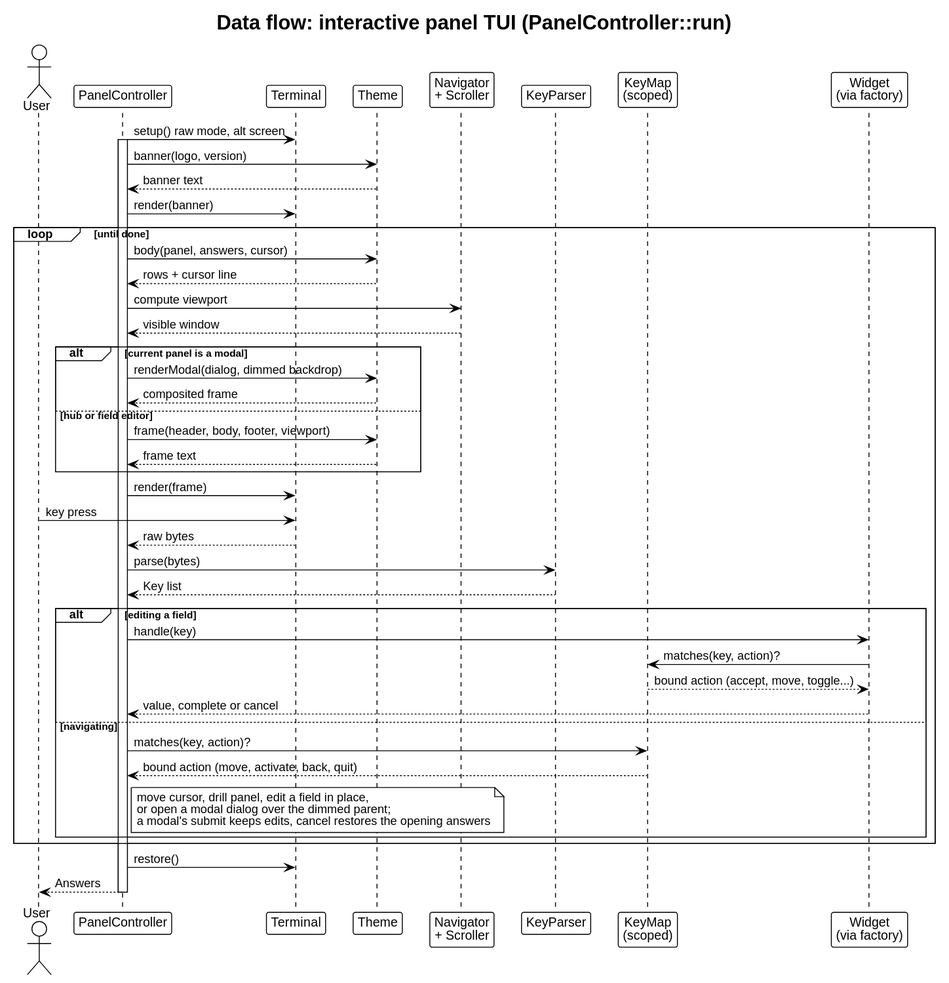
Before: docs/architecture/dataflow-tui.svg, a diagram exported from PlantUML (drevops/tui).
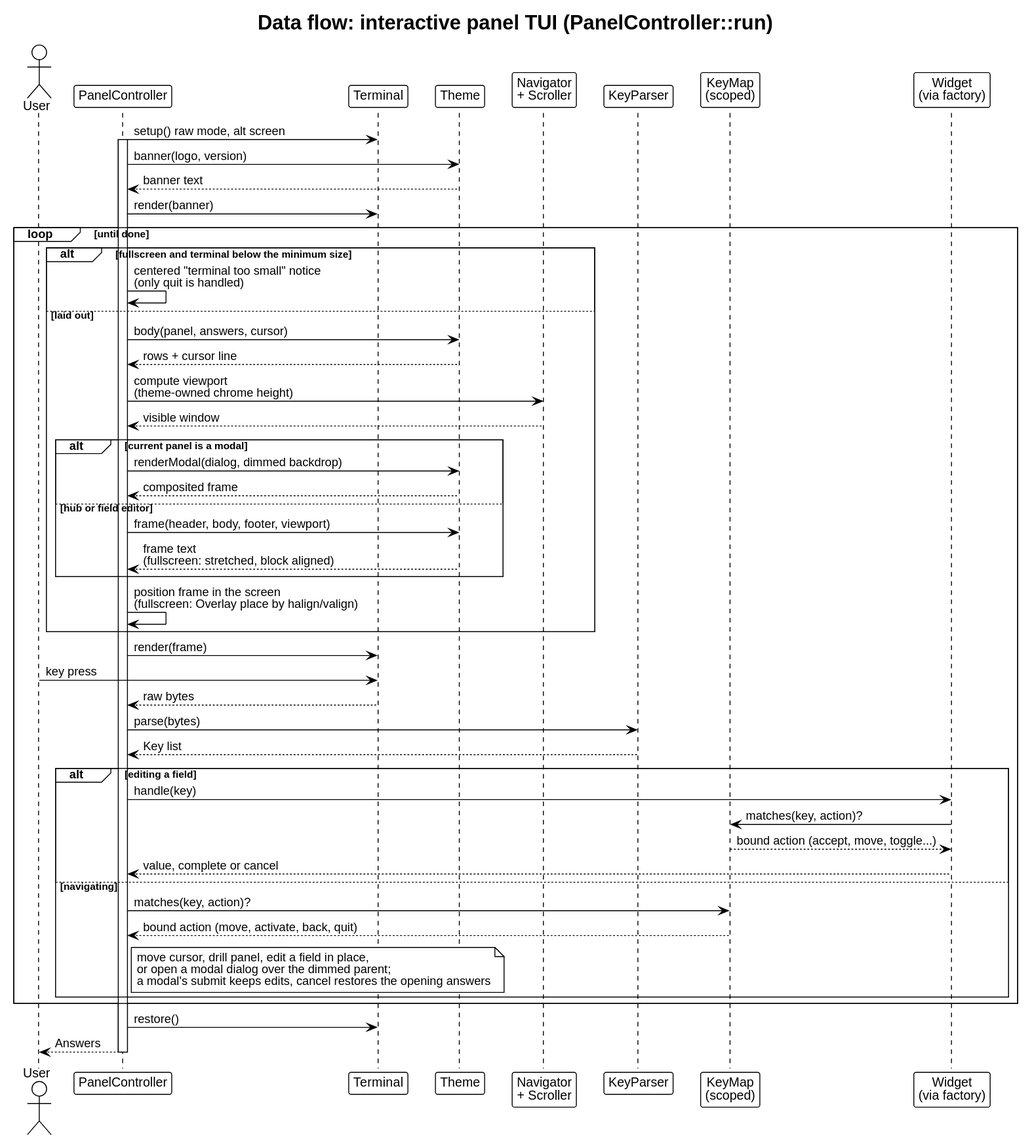
The same file after the commit.

Diff of the diagram source:
```diff
@@ -21,16 +21,21 @@
 PC -> Term: render(banner)
 
 loop until done
-  PC -> Theme: body(panel, answers, cursor)
-  Theme --> PC: rows + cursor line
-  PC -> Nav: compute viewport
-  Nav --> PC: visible window
-  alt current panel is a modal
-    PC -> Theme: renderModal(dialog, dimmed backdrop)
-    Theme --> PC: composited frame
-  else hub or field editor
-    PC -> Theme: frame(header, body, footer, viewport)
-    Theme --> PC: frame text
+  alt fullscreen and terminal below the minimum size
+    PC -> PC: centered "terminal too small" notice\n(only quit is handled)
+  else laid out
+    PC -> Theme: body(panel, answers, cursor)
+    Theme --> PC: rows + cursor line
+    PC -> Nav: compute viewport\n(theme-owned chrome height)
+    Nav --> PC: visible window
+    alt current panel is a modal
+      PC -> Theme: renderModal(dialog, dimmed backdrop)
+      Theme --> PC: composited frame
+    else hub or field editor
+      PC -> Theme: frame(header, body, footer, viewport)
+      Theme --> PC: frame text\n(fullscreen: stretched, block aligned)
+    end
+    PC -> PC: position frame in the screen\n(fullscreen: Overlay place by halign/valign)
   end
   PC -> Term: render(frame)
 
```
